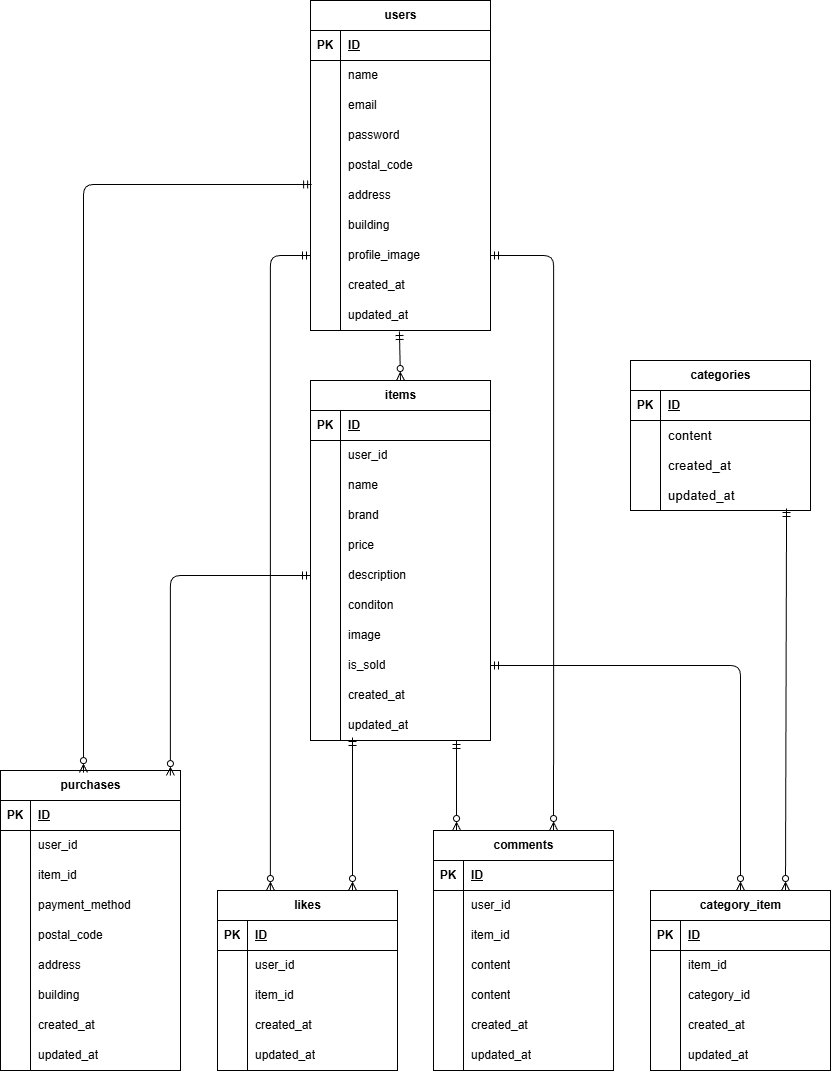
This is erd.drawio.png from urbexsaku/flea-market-app, a draw.io export, as it was before one commit. Source tidied: cells renumbered, new cells last; positions are measured from the earlier drawing's top-left corner, leaving out a move shared by most shapes.
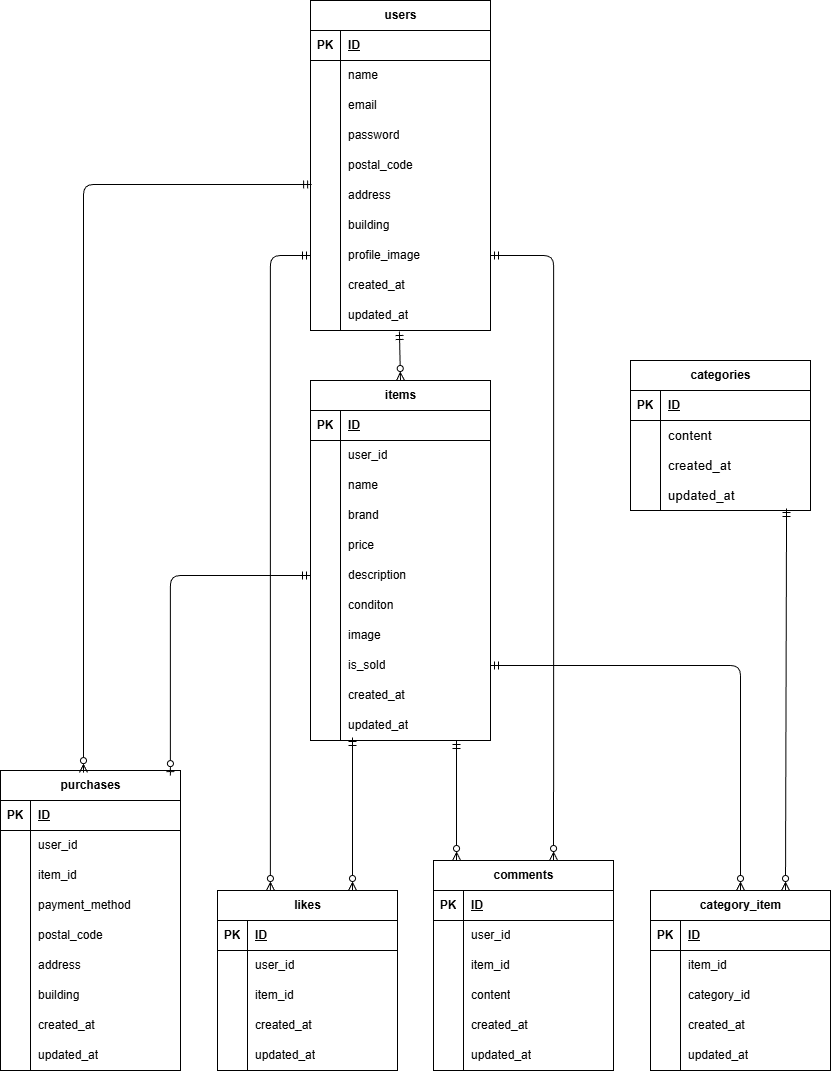
After the change.

What changed in the source:
```diff
@@ -285,7 +285,7 @@
       <mxGeometry x="30" width="150" height="30" as="geometry" />
     </mxCell>
     <mxCell id="96" value="comments" style="shape=table;startSize=30;rowLines=0;fontStyle=1;align=center;html=1;" parent="1" vertex="1">
-      <mxGeometry x="433" y="830" width="180" height="240" as="geometry" />
+      <mxGeometry x="433" y="860" width="180" height="210" as="geometry" />
     </mxCell>
     <mxCell id="97" style="shape=tableRow;horizontal=0;startSize=0;swimlaneHead=0;swimlaneBody=0;fillColor=none;top=0;left=0;right=0;bottom=1;" parent="96" vertex="1">
       <mxGeometry y="30" width="180" height="30" as="geometry" />
@@ -323,17 +323,8 @@
     <mxCell id="108" value="content" style="shape=partialRectangle;fillColor=none;top=0;left=0;bottom=0;right=0;align=left;spacingLeft=6;overflow=hidden;whiteSpace=wrap;html=1;fontSize=12;" parent="106" vertex="1">
       <mxGeometry x="30" width="150" height="30" as="geometry" />
     </mxCell>
-    <mxCell id="109" style="shape=tableRow;horizontal=0;startSize=0;swimlaneHead=0;swimlaneBody=0;fillColor=none;top=0;left=0;right=0;bottom=0;" parent="96" vertex="1">
-      <mxGeometry y="150" width="180" height="30" as="geometry" />
-    </mxCell>
-    <mxCell id="110" style="shape=partialRectangle;fillColor=none;top=0;left=0;bottom=0;right=0;overflow=hidden;whiteSpace=wrap;html=1;" parent="109" vertex="1">
-      <mxGeometry width="30" height="30" as="geometry" />
-    </mxCell>
-    <mxCell id="111" value="content" style="shape=partialRectangle;fillColor=none;top=0;left=0;bottom=0;right=0;align=left;spacingLeft=6;overflow=hidden;whiteSpace=wrap;html=1;fontSize=12;" parent="109" vertex="1">
-      <mxGeometry x="30" width="150" height="30" as="geometry" />
-    </mxCell>
     <mxCell id="112" style="shape=tableRow;horizontal=0;startSize=0;swimlaneHead=0;swimlaneBody=0;fillColor=none;top=0;left=0;right=0;bottom=0;" parent="96" vertex="1">
-      <mxGeometry y="180" width="180" height="30" as="geometry" />
+      <mxGeometry y="150" width="180" height="30" as="geometry" />
     </mxCell>
     <mxCell id="113" style="shape=partialRectangle;fillColor=none;top=0;left=0;bottom=0;right=0;overflow=hidden;whiteSpace=wrap;html=1;" parent="112" vertex="1">
       <mxGeometry width="30" height="30" as="geometry" />
@@ -342,7 +333,7 @@
       <mxGeometry x="30" width="150" height="30" as="geometry" />
     </mxCell>
     <mxCell id="115" style="shape=tableRow;horizontal=0;startSize=0;swimlaneHead=0;swimlaneBody=0;fillColor=none;top=0;left=0;right=0;bottom=0;" parent="96" vertex="1">
-      <mxGeometry y="210" width="180" height="30" as="geometry" />
+      <mxGeometry y="180" width="180" height="30" as="geometry" />
     </mxCell>
     <mxCell id="116" style="shape=partialRectangle;fillColor=none;top=0;left=0;bottom=0;right=0;overflow=hidden;whiteSpace=wrap;html=1;" parent="115" vertex="1">
       <mxGeometry width="30" height="30" as="geometry" />
@@ -506,7 +497,7 @@
     <mxCell id="169" style="fontSize=12;html=1;endArrow=ERmandOne;endFill=0;startArrow=ERzeroToMany;startFill=0;exitX=0.5;exitY=0;exitDx=0;exitDy=0;entryX=0.494;entryY=1.033;entryDx=0;entryDy=0;entryPerimeter=0;" parent="1" edge="1" source="2" target="64">
       <mxGeometry relative="1" as="geometry" />
     </mxCell>
-    <mxCell id="170" style="fontSize=12;html=1;endArrow=ERmandOne;endFill=0;startArrow=ERzeroToMany;startFill=0;entryX=0;entryY=0.5;entryDx=0;entryDy=0;edgeStyle=orthogonalEdgeStyle;exitX=0.944;exitY=0.017;exitDx=0;exitDy=0;exitPerimeter=0;" parent="1" edge="1" source="134" target="18">
+    <mxCell id="170" style="fontSize=12;html=1;endArrow=ERmandOne;endFill=0;startArrow=ERzeroToOne;startFill=0;entryX=0;entryY=0.5;entryDx=0;entryDy=0;edgeStyle=orthogonalEdgeStyle;exitX=0.944;exitY=0.017;exitDx=0;exitDy=0;exitPerimeter=0;" parent="1" edge="1" source="134" target="18">
       <mxGeometry relative="1" as="geometry" />
     </mxCell>
   </root>
```
